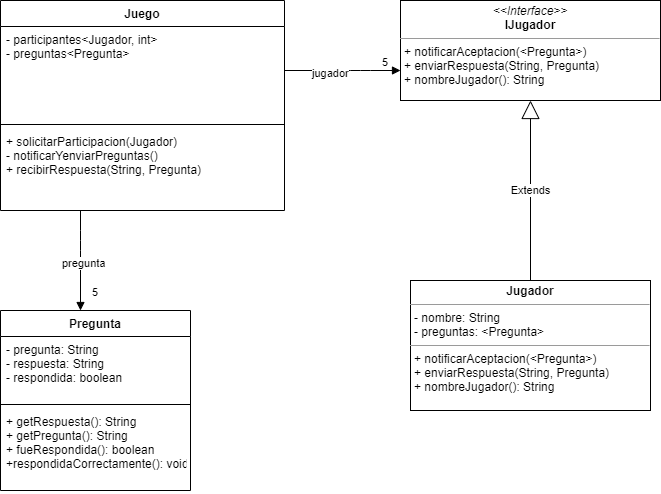
Before: src/concursoDePreguntas.png, a diagram exported from draw.io (CundariNicolas/unqui-poo2-cundari). Source tidied: cells renumbered, new cells last; positions are measured from the earlier drawing's top-left corner, leaving out a move shared by most shapes.
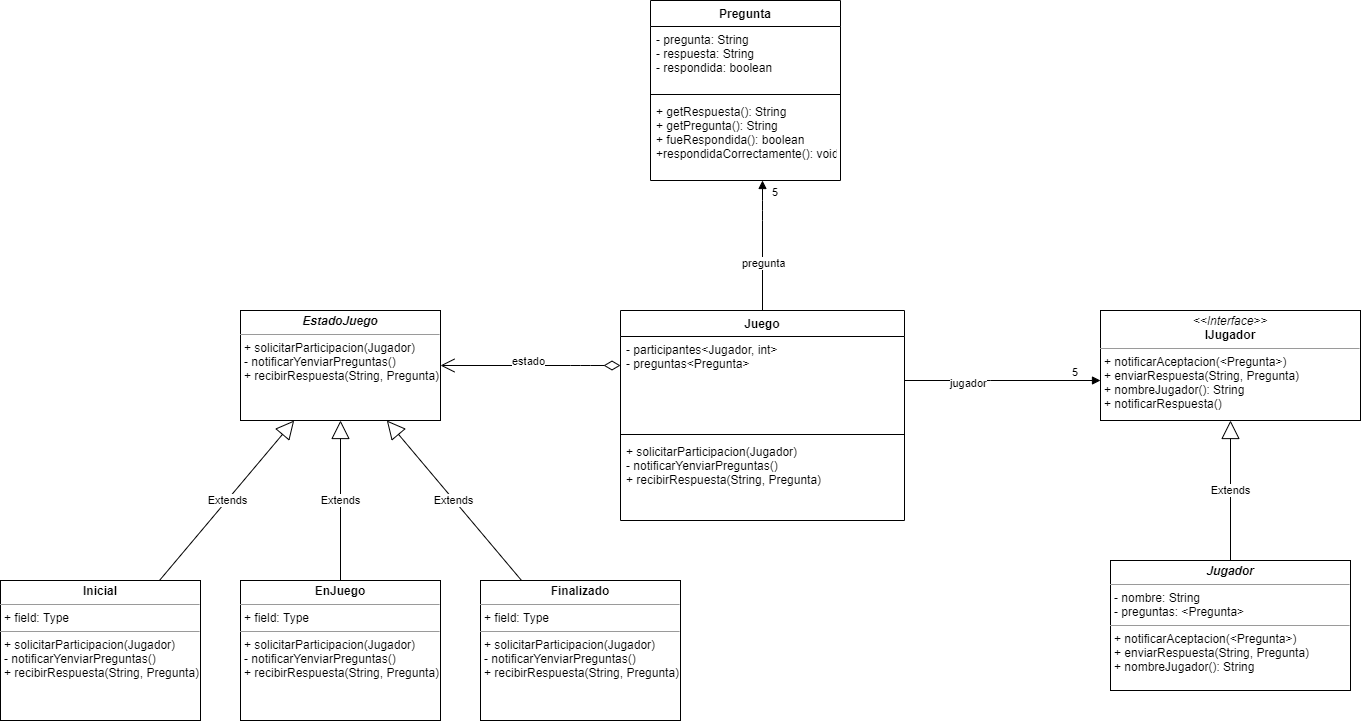
Later version of the same file.

The edit, as a diff of the source:
```diff
@@ -14,11 +14,11 @@
     <mxCell id="5" value="+ solicitarParticipacion(Jugador)&#10;- notificarYenviarPreguntas()&#10;+ recibirRespuesta(String, Pregunta)&#10;&#10;" style="text;strokeColor=none;fillColor=none;align=left;verticalAlign=top;spacingLeft=4;spacingRight=4;overflow=hidden;" parent="2" vertex="1">
       <mxGeometry y="128" width="284" height="82" as="geometry" />
     </mxCell>
-    <mxCell id="6" value="&lt;p style=&quot;margin: 0px ; margin-top: 4px ; text-align: center&quot;&gt;&lt;i&gt;&amp;lt;&amp;lt;Interface&amp;gt;&amp;gt;&lt;/i&gt;&lt;br&gt;&lt;b&gt;IJugador&lt;/b&gt;&lt;/p&gt;&lt;hr size=&quot;1&quot;&gt;&lt;p style=&quot;margin: 0px ; margin-left: 4px&quot;&gt;+ notificarAceptacion(&amp;lt;Pregunta&amp;gt;)&lt;/p&gt;&lt;p style=&quot;margin: 0px ; margin-left: 4px&quot;&gt;+ enviarRespuesta(String, Pregunta)&lt;/p&gt;&lt;p style=&quot;margin: 0px ; margin-left: 4px&quot;&gt;+ nombreJugador(): String&lt;/p&gt;&lt;p style=&quot;margin: 0px ; margin-left: 4px&quot;&gt;&lt;br&gt;&lt;/p&gt;" style="verticalAlign=top;align=left;overflow=fill;fontSize=12;fontFamily=Helvetica;html=1;" parent="1" vertex="1">
-      <mxGeometry x="400" width="260" height="100" as="geometry" />
+    <mxCell id="6" value="&lt;p style=&quot;margin: 0px ; margin-top: 4px ; text-align: center&quot;&gt;&lt;i&gt;&amp;lt;&amp;lt;Interface&amp;gt;&amp;gt;&lt;/i&gt;&lt;br&gt;&lt;b&gt;IJugador&lt;/b&gt;&lt;/p&gt;&lt;hr size=&quot;1&quot;&gt;&lt;p style=&quot;margin: 0px ; margin-left: 4px&quot;&gt;+ notificarAceptacion(&amp;lt;Pregunta&amp;gt;)&lt;/p&gt;&lt;p style=&quot;margin: 0px ; margin-left: 4px&quot;&gt;+ enviarRespuesta(String, Pregunta)&lt;/p&gt;&lt;p style=&quot;margin: 0px ; margin-left: 4px&quot;&gt;+ nombreJugador(): String&lt;/p&gt;&lt;p style=&quot;margin: 0px ; margin-left: 4px&quot;&gt;+ notificarRespuesta()&lt;/p&gt;&lt;p style=&quot;margin: 0px ; margin-left: 4px&quot;&gt;&lt;br&gt;&lt;/p&gt;" style="verticalAlign=top;align=left;overflow=fill;fontSize=12;fontFamily=Helvetica;html=1;" parent="1" vertex="1">
+      <mxGeometry x="480" width="260" height="110" as="geometry" />
     </mxCell>
     <mxCell id="7" value="Pregunta" style="swimlane;fontStyle=1;align=center;verticalAlign=top;horizontal=1;startSize=26;" parent="1" vertex="1">
-      <mxGeometry y="310" width="190" height="180" as="geometry" />
+      <mxGeometry x="30" y="-310" width="190" height="180" as="geometry" />
     </mxCell>
     <mxCell id="8" value="- pregunta: String&#10;- respuesta: String&#10;- respondida: boolean" style="text;strokeColor=none;fillColor=none;align=left;verticalAlign=top;spacingLeft=4;spacingRight=4;overflow=hidden;" parent="7" vertex="1">
       <mxGeometry y="26" width="190" height="64" as="geometry" />
@@ -30,16 +30,16 @@
       <mxGeometry y="98" width="190" height="82" as="geometry" />
     </mxCell>
     <mxCell id="11" value="pregunta" style="endArrow=block;endFill=1;html=1;edgeStyle=orthogonalEdgeStyle;align=left;verticalAlign=top;" parent="1" edge="1" source="2" target="7">
-      <mxGeometry x="-0.2" y="-20" relative="1" as="geometry">
+      <mxGeometry x="-0.08" y="22" relative="1" as="geometry">
         <Array as="points">
-          <mxPoint x="80" y="240" />
-          <mxPoint x="80" y="240" />
+          <mxPoint x="142" y="-100" />
+          <mxPoint x="142" y="-100" />
         </Array>
       </mxGeometry>
     </mxCell>
     <mxCell id="12" value="5" style="edgeLabel;html=1;align=left;verticalAlign=bottom;" parent="11" vertex="1">
       <mxGeometry x="-1" relative="1" as="geometry">
-        <mxPoint x="10" y="90" as="offset" />
+        <mxPoint x="8" y="-110" as="offset" />
       </mxGeometry>
     </mxCell>
     <mxCell id="13" value="jugador" style="endArrow=block;endFill=1;html=1;edgeStyle=orthogonalEdgeStyle;align=left;verticalAlign=top;" parent="1" edge="1" source="2" target="6">
@@ -52,14 +52,43 @@
     </mxCell>
     <mxCell id="14" value="5" style="edgeLabel;html=1;align=left;verticalAlign=bottom;" parent="13" vertex="1">
       <mxGeometry x="-1" relative="1" as="geometry">
-        <mxPoint x="96" as="offset" />
+        <mxPoint x="166" as="offset" />
       </mxGeometry>
     </mxCell>
-    <mxCell id="15" value="&lt;p style=&quot;margin: 0px ; margin-top: 4px ; text-align: center&quot;&gt;&lt;b&gt;Jugador&lt;/b&gt;&lt;/p&gt;&lt;hr size=&quot;1&quot;&gt;&lt;p style=&quot;margin: 0px ; margin-left: 4px&quot;&gt;- nombre: String&lt;/p&gt;&lt;p style=&quot;margin: 0px ; margin-left: 4px&quot;&gt;- preguntas: &amp;lt;Pregunta&amp;gt;&lt;/p&gt;&lt;hr size=&quot;1&quot;&gt;&lt;p style=&quot;margin: 0px 0px 0px 4px&quot;&gt;+ notificarAceptacion(&amp;lt;Pregunta&amp;gt;)&lt;/p&gt;&lt;p style=&quot;margin: 0px 0px 0px 4px&quot;&gt;+ enviarRespuesta(String, Pregunta)&lt;/p&gt;&lt;p style=&quot;margin: 0px 0px 0px 4px&quot;&gt;+ nombreJugador(): String&lt;/p&gt;" style="verticalAlign=top;align=left;overflow=fill;fontSize=12;fontFamily=Helvetica;html=1;" parent="1" vertex="1">
-      <mxGeometry x="410" y="280" width="240" height="130" as="geometry" />
+    <mxCell id="15" value="&lt;p style=&quot;margin: 0px ; margin-top: 4px ; text-align: center&quot;&gt;&lt;b&gt;&lt;i&gt;Jugador&lt;/i&gt;&lt;/b&gt;&lt;/p&gt;&lt;hr size=&quot;1&quot;&gt;&lt;p style=&quot;margin: 0px ; margin-left: 4px&quot;&gt;- nombre: String&lt;/p&gt;&lt;p style=&quot;margin: 0px ; margin-left: 4px&quot;&gt;- preguntas: &amp;lt;Pregunta&amp;gt;&lt;/p&gt;&lt;hr size=&quot;1&quot;&gt;&lt;p style=&quot;margin: 0px 0px 0px 4px&quot;&gt;+ notificarAceptacion(&amp;lt;Pregunta&amp;gt;)&lt;/p&gt;&lt;p style=&quot;margin: 0px 0px 0px 4px&quot;&gt;+ enviarRespuesta(String, Pregunta)&lt;/p&gt;&lt;p style=&quot;margin: 0px 0px 0px 4px&quot;&gt;+ nombreJugador(): String&lt;/p&gt;" style="verticalAlign=top;align=left;overflow=fill;fontSize=12;fontFamily=Helvetica;html=1;" parent="1" vertex="1">
+      <mxGeometry x="490" y="250" width="240" height="130" as="geometry" />
     </mxCell>
     <mxCell id="16" value="Extends" style="endArrow=block;endSize=16;endFill=0;html=1;" parent="1" edge="1" source="15" target="6">
       <mxGeometry relative="1" as="geometry" />
     </mxCell>
+    <mxCell id="17" value="&lt;p style=&quot;margin: 0px ; margin-top: 4px ; text-align: center&quot;&gt;&lt;b&gt;&lt;i&gt;EstadoJuego&lt;/i&gt;&lt;/b&gt;&lt;/p&gt;&lt;hr size=&quot;1&quot;&gt;&lt;p style=&quot;margin: 0px ; margin-left: 4px&quot;&gt;+ solicitarParticipacion(Jugador)&lt;br style=&quot;padding: 0px ; margin: 0px&quot;&gt;- notificarYenviarPreguntas()&lt;br style=&quot;padding: 0px ; margin: 0px&quot;&gt;+ recibirRespuesta(String, Pregunta)&lt;br&gt;&lt;/p&gt;" style="verticalAlign=top;align=left;overflow=fill;fontSize=12;fontFamily=Helvetica;html=1;" parent="1" vertex="1">
+      <mxGeometry x="-380" width="200" height="110" as="geometry" />
+    </mxCell>
+    <mxCell id="18" value="&lt;p style=&quot;margin: 0px ; margin-top: 4px ; text-align: center&quot;&gt;&lt;b&gt;Inicial&lt;/b&gt;&lt;/p&gt;&lt;hr size=&quot;1&quot;&gt;&lt;p style=&quot;margin: 0px ; margin-left: 4px&quot;&gt;+ field: Type&lt;/p&gt;&lt;hr size=&quot;1&quot;&gt;&lt;p style=&quot;margin: 0px ; margin-left: 4px&quot;&gt;+ solicitarParticipacion(Jugador)&lt;br style=&quot;padding: 0px ; margin: 0px&quot;&gt;- notificarYenviarPreguntas()&lt;br style=&quot;padding: 0px ; margin: 0px&quot;&gt;+ recibirRespuesta(String, Pregunta)&lt;br&gt;&lt;/p&gt;" style="verticalAlign=top;align=left;overflow=fill;fontSize=12;fontFamily=Helvetica;html=1;" parent="1" vertex="1">
+      <mxGeometry x="-620" y="270" width="200" height="140" as="geometry" />
+    </mxCell>
+    <mxCell id="19" value="&lt;p style=&quot;margin: 0px ; margin-top: 4px ; text-align: center&quot;&gt;&lt;b&gt;EnJuego&lt;/b&gt;&lt;/p&gt;&lt;hr size=&quot;1&quot;&gt;&lt;p style=&quot;margin: 0px ; margin-left: 4px&quot;&gt;+ field: Type&lt;/p&gt;&lt;hr size=&quot;1&quot;&gt;&lt;p style=&quot;margin: 0px ; margin-left: 4px&quot;&gt;+ solicitarParticipacion(Jugador)&lt;br style=&quot;padding: 0px ; margin: 0px&quot;&gt;- notificarYenviarPreguntas()&lt;br style=&quot;padding: 0px ; margin: 0px&quot;&gt;+ recibirRespuesta(String, Pregunta)&lt;br&gt;&lt;/p&gt;" style="verticalAlign=top;align=left;overflow=fill;fontSize=12;fontFamily=Helvetica;html=1;" parent="1" vertex="1">
+      <mxGeometry x="-380" y="270" width="200" height="140" as="geometry" />
+    </mxCell>
+    <mxCell id="20" value="&lt;p style=&quot;margin: 0px ; margin-top: 4px ; text-align: center&quot;&gt;&lt;b&gt;Finalizado&lt;/b&gt;&lt;/p&gt;&lt;hr size=&quot;1&quot;&gt;&lt;p style=&quot;margin: 0px ; margin-left: 4px&quot;&gt;+ field: Type&lt;/p&gt;&lt;hr size=&quot;1&quot;&gt;&lt;p style=&quot;margin: 0px ; margin-left: 4px&quot;&gt;+ solicitarParticipacion(Jugador)&lt;br style=&quot;padding: 0px ; margin: 0px&quot;&gt;- notificarYenviarPreguntas()&lt;br style=&quot;padding: 0px ; margin: 0px&quot;&gt;+ recibirRespuesta(String, Pregunta)&lt;br&gt;&lt;/p&gt;" style="verticalAlign=top;align=left;overflow=fill;fontSize=12;fontFamily=Helvetica;html=1;" parent="1" vertex="1">
+      <mxGeometry x="-140" y="270" width="200" height="140" as="geometry" />
+    </mxCell>
+    <mxCell id="21" value="Extends" style="endArrow=block;endSize=16;endFill=0;html=1;" parent="1" edge="1" source="19" target="17">
+      <mxGeometry relative="1" as="geometry" />
+    </mxCell>
+    <mxCell id="22" value="Extends" style="endArrow=block;endSize=16;endFill=0;html=1;" parent="1" edge="1" source="18" target="17">
+      <mxGeometry relative="1" as="geometry" />
+    </mxCell>
+    <mxCell id="23" value="Extends" style="endArrow=block;endSize=16;endFill=0;html=1;" parent="1" edge="1" source="20" target="17">
+      <mxGeometry relative="1" as="geometry" />
+    </mxCell>
+    <mxCell id="24" value="estado" style="endArrow=open;html=1;endSize=12;startArrow=diamondThin;startSize=14;startFill=0;edgeStyle=orthogonalEdgeStyle;align=left;verticalAlign=bottom;" parent="1" edge="1" source="2" target="17">
+      <mxGeometry x="0.22" y="5" relative="1" as="geometry">
+        <Array as="points">
+          <mxPoint x="-40" y="55" />
+          <mxPoint x="-40" y="55" />
+        </Array>
+      </mxGeometry>
+    </mxCell>
   </root>
 </mxGraphModel>
```
